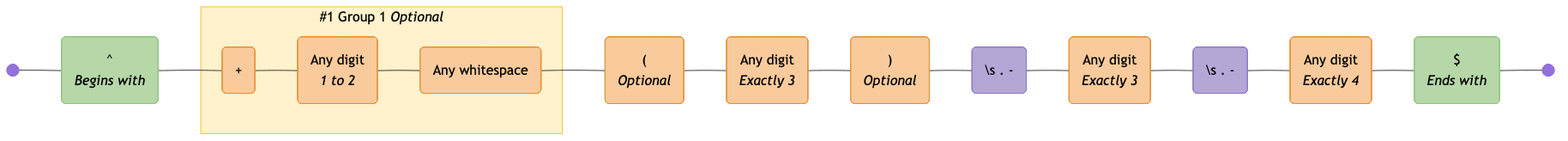
tayles/regex-to-mermaid keeps this Mermaid diagram as diagrams/phone-number.mermaid-diagram.png. Above is the earlier version. Its source is kept beside it as diagrams/phone-number.mermaid.
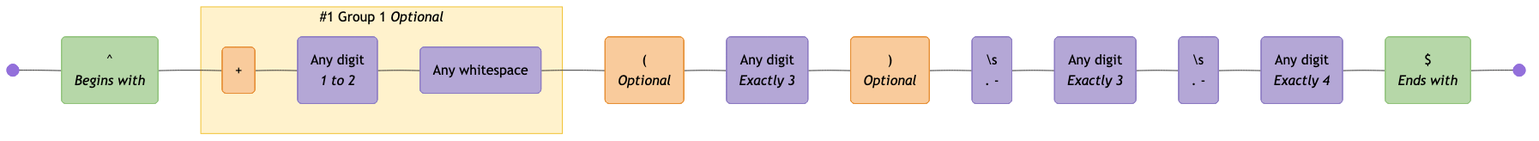
The same diagram one commit later.

Change to the diagram source:
```diff
@@ -1,40 +1,40 @@
 graph LR
   accTitle: "Regex: ^(\\+\\d{1,2}\\s)?\\(?\\d{3}\\)?[\\s.-]\\d{3}[\\s.-]\\d{4}$"
-  accDescr: "Generated with regex-to-mermaid@1.0.4"
+  accDescr: "Generated with regex-to-mermaid@1.1.0"
 
   start@{ shape: f-circ };
   fin@{ shape: f-circ };
   assertion_1("^<br><i>Begins with</i>"):::assertion;
-  literal_1("+"):::literal;
-  literal_2("Any digit<br><i>1 to 2</i>"):::literal;
-  literal_3("Any whitespace"):::literal;
-  literal_4("(<br><i>Optional</i>"):::literal;
-  literal_5("Any digit<br><i>Exactly 3</i>"):::literal;
-  literal_6(")<br><i>Optional</i>"):::literal;
-  char_class_1("\s . -"):::char-class;
-  literal_7("Any digit<br><i>Exactly 3</i>"):::literal;
-  char_class_2("\s . -"):::char-class;
-  literal_8("Any digit<br><i>Exactly 4</i>"):::literal;
+  literal_1("\+"):::literal;
+  char_class_1("Any digit<br><i>1 to 2</i>"):::char-class;
+  char_class_2("Any whitespace"):::char-class;
+  literal_2("\(<br><i>Optional</i>"):::literal;
+  char_class_3("Any digit<br><i>Exactly 3</i>"):::char-class;
+  literal_3("\)<br><i>Optional</i>"):::literal;
+  char_class_4("\s<br>. -"):::char-class;
+  char_class_5("Any digit<br><i>Exactly 3</i>"):::char-class;
+  char_class_6("\s<br>. -"):::char-class;
+  char_class_7("Any digit<br><i>Exactly 4</i>"):::char-class;
   assertion_2("$<br><i>Ends with</i>"):::assertion;
 
   subgraph standard_1 ["#1 Group 1 <i>Optional</i>"]
     literal_1
-    literal_2
-    literal_3
+    char_class_1
+    char_class_2
   end
 
   start --- assertion_1;
   assertion_1 --- literal_1;
-  literal_1 --- literal_2;
-  literal_2 --- literal_3;
-  literal_3 --- literal_4;
-  literal_4 --- literal_5;
-  literal_5 --- literal_6;
-  literal_6 --- char_class_1;
-  char_class_1 --- literal_7;
-  literal_7 --- char_class_2;
-  char_class_2 --- literal_8;
-  literal_8 --- assertion_2;
+  literal_1 --- char_class_1;
+  char_class_1 --- char_class_2;
+  char_class_2 --- literal_2;
+  literal_2 --- char_class_3;
+  char_class_3 --- literal_3;
+  literal_3 --- char_class_4;
+  char_class_4 --- char_class_5;
+  char_class_5 --- char_class_6;
+  char_class_6 --- char_class_7;
+  char_class_7 --- assertion_2;
   assertion_2 --- fin;
 
   classDef assertion fill:#B6D7A8,stroke:#93C47D,color:#000000;
```
